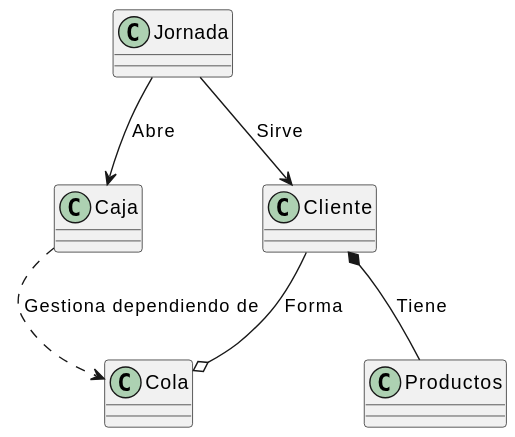
Before: modelosUML y svg/svg/DiagramaDeClases.svg, a diagram exported from PlantUML (mmasias/24-25-IdSw2-SDD).
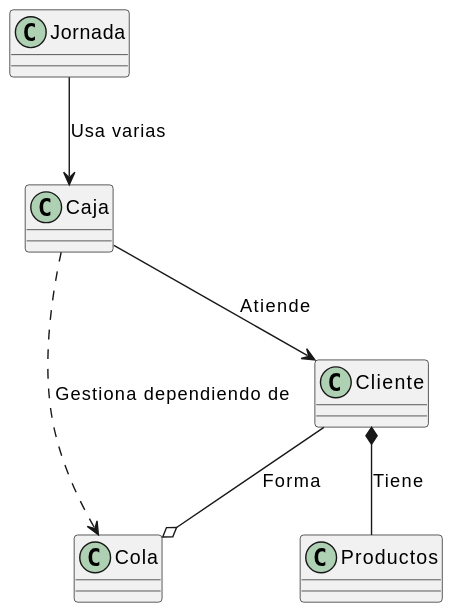
After the commit.

Commit message:
actualizacion diagramas V2 y V4

Change to the diagram source:
```diff
@@ -10,8 +10,9 @@
 class Productos {
 }
 
-Jornada --> Caja : "Abre"
-Jornada --> Cliente : "Sirve"
+
+Jornada --> Caja : "Usa varias"
+Caja --> Cliente : "Atiende"
 Cliente *-- Productos : "Tiene"
 Cliente --o Cola : "Forma"
 Caja ..> Cola : "Gestiona dependiendo de"
```
